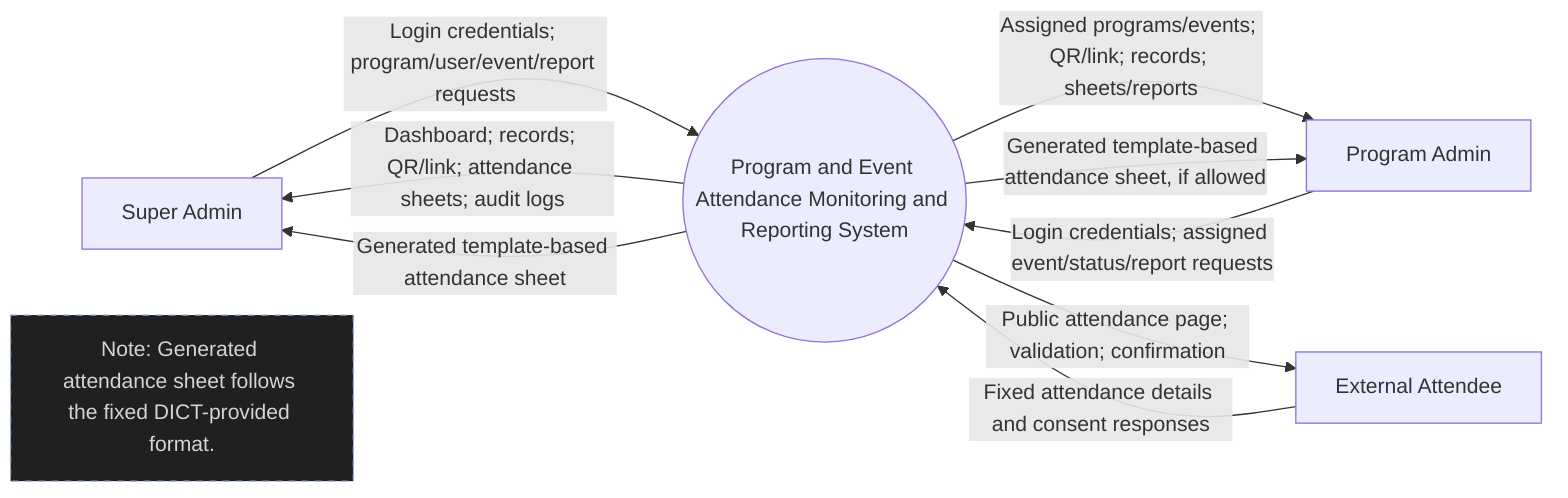
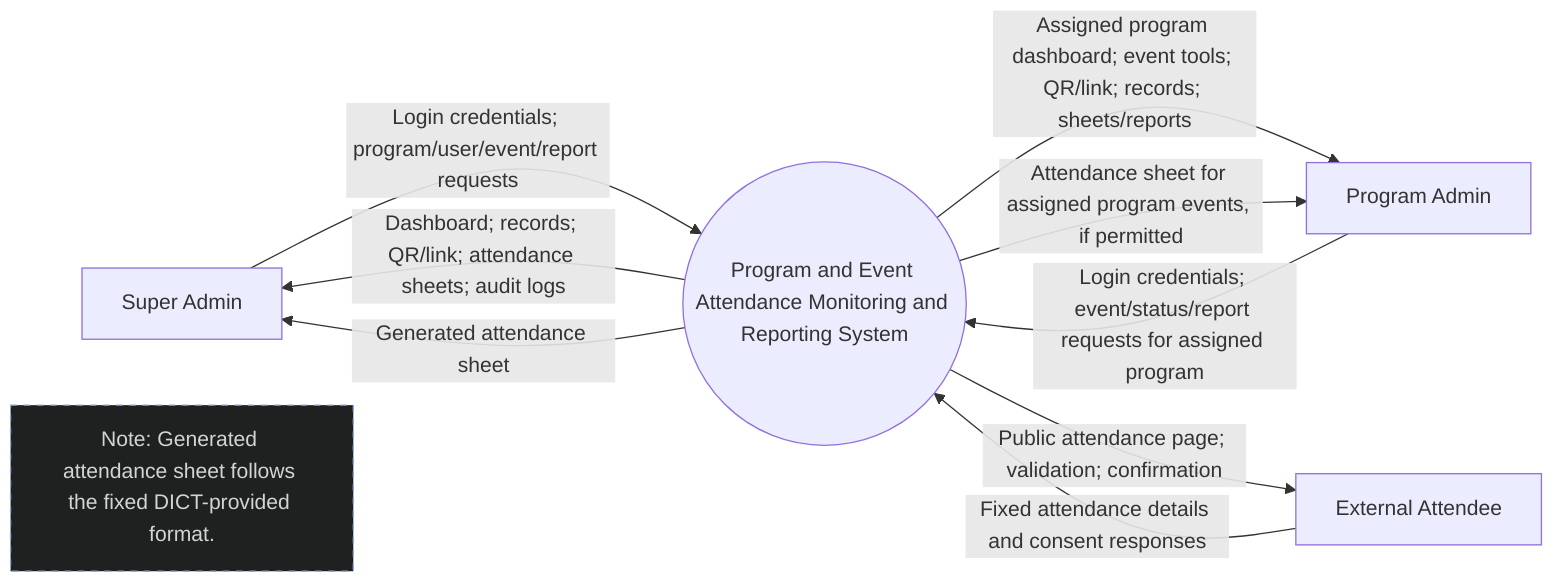
flowchart LR
  super_admin[Super Admin]
  program_admin[Program Admin]
  attendee[External Attendee]
  system((Program and Event Attendance Monitoring and Reporting System))
  note_template["Note: Generated attendance sheet follows the fixed DICT-provided format."]

  super_admin -->|Login credentials; program/user/event/report requests| system
  system -->|Dashboard; records; QR/link; attendance sheets; audit logs| super_admin

-   program_admin -->|Login credentials; assigned event/status/report requests| system
-   system -->|Assigned programs/events; QR/link; records; sheets/reports| program_admin
+   program_admin -->|Login credentials; event/status/report requests for assigned program| system
+   system -->|Assigned program dashboard; event tools; QR/link; records; sheets/reports| program_admin

  attendee -->|Fixed attendance details and consent responses| system
  system -->|Public attendance page; validation; confirmation| attendee

-   system -->|Generated template-based attendance sheet| super_admin
-   system -->|Generated template-based attendance sheet, if allowed| program_admin
+   system -->|Generated attendance sheet| super_admin
+   system -->|Attendance sheet for assigned program events, if permitted| program_admin

  classDef note fill:#1f2020,stroke:#8CA6DB,color:#d4d4d4,stroke-dasharray: 5 5
  class note_template note
